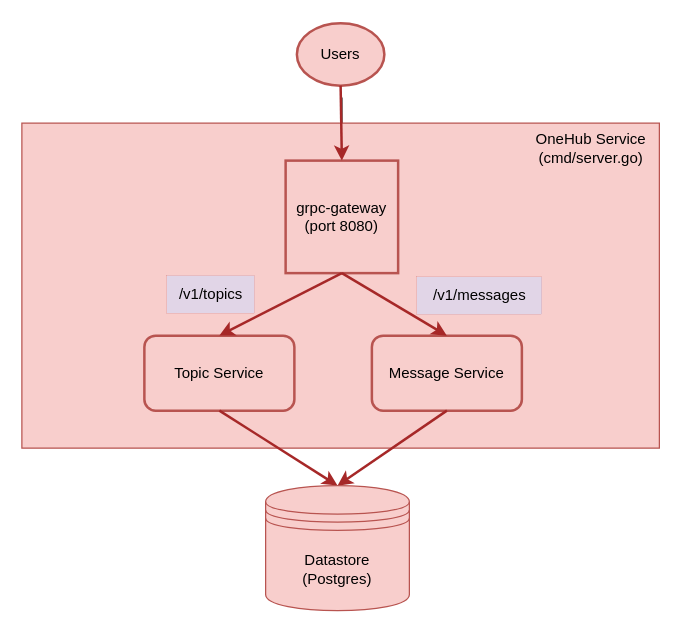
The draw.io diagram page "Current Architecture" (1 of 2) of docs/Part8CurrProposedArchitecture.drawio in panyam/blog, before the edit. Source tidied: cells renumbered, new cells numbered last; positions are measured from the earlier drawing's top-left corner, leaving out a move shared by most shapes. Both pictures are drawn from the tidied source at 125%, with x=0, y=0 at pixel (21, 22).
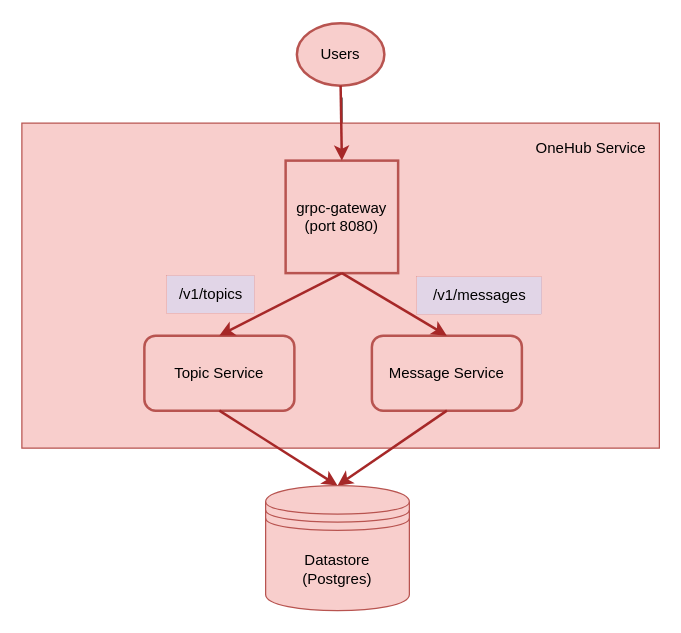
After the change.

Change to the diagram source:
```diff
@@
 <mxGraphModel>
   <root>
     <mxCell id="0" />
     <mxCell id="1" parent="0" />
     <mxCell id="2" style="edgeStyle=orthogonalEdgeStyle;rounded=0;jettySize=auto;html=1;entryX=0.5;entryY=0;entryDx=0;entryDy=0;" parent="1" edge="1" source="3" target="5">
       <mxGeometry relative="1" as="geometry" />
     </mxCell>
     <mxCell id="3" style="verticalLabelPosition=bottom;verticalAlign=top;html=1;shape=mxgraph.basic.rect;fillColor2=none;strokeWidth=1;size=20;indent=5;fillColor=#f8cecc;strokeColor=#b85450;" parent="1" vertex="1">
       <mxGeometry y="80" width="510" height="260" as="geometry" />
     </mxCell>
     <mxCell id="4" value="Users" style="ellipse;whiteSpace=wrap;html=1;strokeWidth=2;fillColor=#f8cecc;strokeColor=#b85450;" parent="1" vertex="1">
       <mxGeometry x="220" width="70" height="50" as="geometry" />
     </mxCell>
     <mxCell id="5" value="grpc-gateway&lt;br&gt;(port 8080)" style="whiteSpace=wrap;html=1;fillColor=#f8cecc;strokeColor=#b85450;strokeWidth=2;" parent="1" vertex="1">
       <mxGeometry x="211" y="110" width="90" height="90" as="geometry" />
     </mxCell>
     <mxCell id="6" value="Topic Service" style="rounded=1;whiteSpace=wrap;html=1;fillColor=#f8cecc;strokeColor=#b85450;strokeWidth=2;" parent="1" vertex="1">
       <mxGeometry x="98" y="250" width="120" height="60" as="geometry" />
     </mxCell>
     <mxCell id="7" value="Message Service" style="rounded=1;whiteSpace=wrap;html=1;fillColor=#f8cecc;strokeColor=#b85450;strokeWidth=2;" parent="1" vertex="1">
       <mxGeometry x="280" y="250" width="120" height="60" as="geometry" />
     </mxCell>
     <mxCell id="8" style="endArrow=classic;html=1;rounded=0;exitX=0.5;exitY=1;exitDx=0;exitDy=0;entryX=0.5;entryY=0;entryDx=0;entryDy=0;strokeColor=#A62828;strokeWidth=2;fillColor=#e1d5e7;" parent="1" edge="1" source="5" target="6">
       <mxGeometry relative="1" as="geometry" />
     </mxCell>
     <mxCell id="9" style="endArrow=classic;html=1;rounded=0;exitX=0.5;exitY=1;exitDx=0;exitDy=0;entryX=0.5;entryY=0;entryDx=0;entryDy=0;strokeColor=#A62828;strokeWidth=2;fillColor=#e1d5e7;" parent="1" edge="1" source="5" target="7">
       <mxGeometry relative="1" as="geometry" />
     </mxCell>
     <mxCell id="10" style="endArrow=classic;html=1;rounded=0;exitX=0.5;exitY=1;exitDx=0;exitDy=0;strokeColor=#A62828;strokeWidth=2;fillColor=#e1d5e7;entryX=0.5;entryY=0;entryDx=0;entryDy=0;" parent="1" edge="1" source="7" target="15">
       <mxGeometry relative="1" as="geometry" />
     </mxCell>
     <mxCell id="11" style="endArrow=classic;html=1;rounded=0;exitX=0.5;exitY=1;exitDx=0;exitDy=0;strokeColor=#A62828;strokeWidth=2;fillColor=#e1d5e7;entryX=0.5;entryY=0;entryDx=0;entryDy=0;" parent="1" edge="1" source="6" target="15">
       <mxGeometry relative="1" as="geometry" />
     </mxCell>
     <mxCell id="12" value="/v1/topics" style="text;html=1;align=center;verticalAlign=middle;strokeColor=#A62828;fillColor=#e1d5e7;strokeWidth=0;" parent="1" vertex="1">
       <mxGeometry x="116" y="202" width="70" height="30" as="geometry" />
     </mxCell>
     <mxCell id="13" value="/v1/messages" style="text;html=1;align=center;verticalAlign=middle;strokeColor=#A62828;fillColor=#e1d5e7;strokeWidth=0;" parent="1" vertex="1">
       <mxGeometry x="316" y="203" width="100" height="30" as="geometry" />
     </mxCell>
     <mxCell id="14" style="endArrow=classic;html=1;rounded=0;exitX=0.5;exitY=1;exitDx=0;exitDy=0;entryX=0.5;entryY=0;entryDx=0;entryDy=0;strokeColor=#A62828;strokeWidth=2;fillColor=#e1d5e7;" parent="1" edge="1" source="4" target="5">
       <mxGeometry relative="1" as="geometry" />
     </mxCell>
     <mxCell id="15" value="Datastore&lt;br&gt;(Postgres)" style="shape=datastore;whiteSpace=wrap;html=1;fillColor=#f8cecc;strokeColor=#b85450;" parent="1" vertex="1">
       <mxGeometry x="195" y="370" width="115" height="100" as="geometry" />
     </mxCell>
-    <mxCell id="16" value="OneHub Service&lt;br&gt;(cmd/server.go)" style="text;html=1;align=center;verticalAlign=middle;strokeColor=none;fillColor=none;" parent="1" vertex="1">
-      <mxGeometry x="400" y="80" width="110" height="40" as="geometry" />
+    <mxCell id="16" value="OneHub Service" style="text;html=1;align=center;verticalAlign=middle;strokeColor=none;fillColor=none;" parent="1" vertex="1">
+      <mxGeometry x="400" y="85" width="110" height="30" as="geometry" />
     </mxCell>
   </root>
 </mxGraphModel>
```
